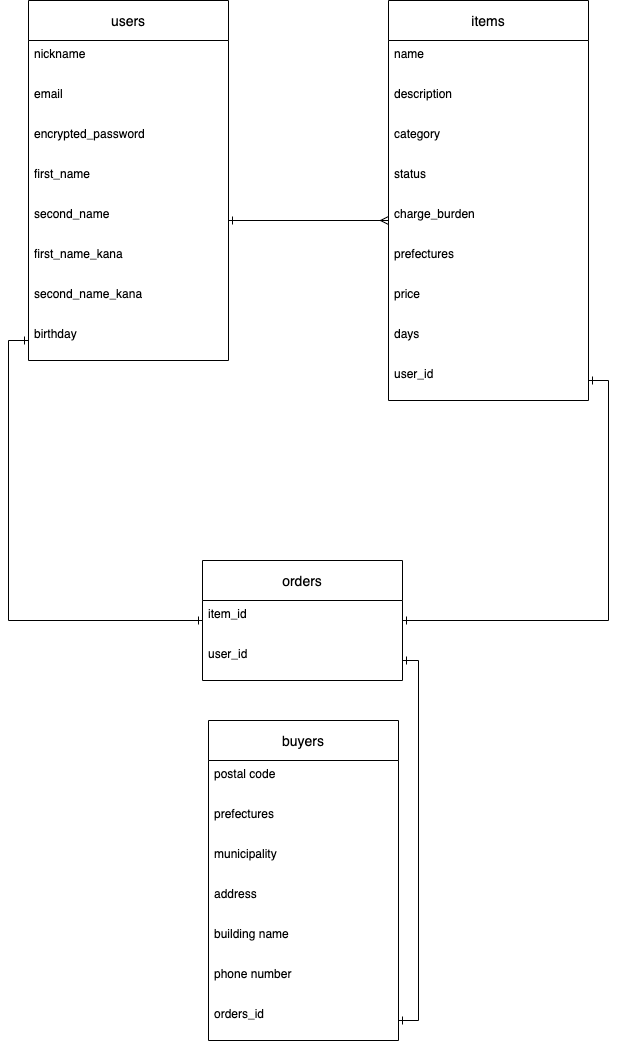
This is furima.png from takanotakuya/furima-34387, a draw.io export, as it was before one commit. Source tidied: cells renumbered, new cells last; positions are measured from the earlier drawing's top-left corner, leaving out a move shared by most shapes. Its diagram source:
```xml
<mxGraphModel>
  <root>
    <mxCell id="0" />
    <mxCell id="1" parent="0" />
    <mxCell id="2" value="items" style="swimlane;fontStyle=0;horizontal=1;startSize=40;align=center;fontSize=14;" parent="1" vertex="1">
      <mxGeometry x="360" width="200" height="400" as="geometry" />
    </mxCell>
    <mxCell id="3" value="name" style="text;strokeColor=none;fillColor=none;spacingLeft=4;spacingRight=4;overflow=hidden;fontSize=12;" parent="2" vertex="1">
      <mxGeometry y="40" width="200" height="40" as="geometry" />
    </mxCell>
    <mxCell id="4" value="description" style="text;strokeColor=none;fillColor=none;spacingLeft=4;spacingRight=4;overflow=hidden;fontSize=12;" parent="2" vertex="1">
      <mxGeometry y="80" width="200" height="40" as="geometry" />
    </mxCell>
    <mxCell id="5" value="category" style="text;strokeColor=none;fillColor=none;spacingLeft=4;spacingRight=4;overflow=hidden;fontSize=12;" parent="2" vertex="1">
      <mxGeometry y="120" width="200" height="40" as="geometry" />
    </mxCell>
    <mxCell id="6" value="status" style="text;strokeColor=none;fillColor=none;spacingLeft=4;spacingRight=4;overflow=hidden;fontSize=12;" parent="2" vertex="1">
      <mxGeometry y="160" width="200" height="40" as="geometry" />
    </mxCell>
    <mxCell id="7" value="charge_burden" style="text;strokeColor=none;fillColor=none;spacingLeft=4;spacingRight=4;overflow=hidden;points=[[0,0.5],[1,0.5]];portConstraint=eastwest;fontSize=12;" parent="2" vertex="1">
      <mxGeometry y="200" width="200" height="40" as="geometry" />
    </mxCell>
    <mxCell id="8" value="prefectures" style="text;strokeColor=none;fillColor=none;spacingLeft=4;spacingRight=4;overflow=hidden;fontSize=12;" parent="2" vertex="1">
      <mxGeometry y="240" width="200" height="40" as="geometry" />
    </mxCell>
    <mxCell id="9" value="price" style="text;strokeColor=none;fillColor=none;spacingLeft=4;spacingRight=4;overflow=hidden;fontSize=12;" parent="2" vertex="1">
      <mxGeometry y="280" width="200" height="40" as="geometry" />
    </mxCell>
    <mxCell id="10" value="days" style="text;strokeColor=none;fillColor=none;spacingLeft=4;spacingRight=4;overflow=hidden;fontSize=12;" parent="2" vertex="1">
      <mxGeometry y="320" width="200" height="40" as="geometry" />
    </mxCell>
    <mxCell id="11" value="user_id" style="text;strokeColor=none;fillColor=none;spacingLeft=4;spacingRight=4;overflow=hidden;points=[[0,0.5],[1,0.5]];portConstraint=eastwest;fontSize=12;" parent="2" vertex="1">
      <mxGeometry y="360" width="200" height="40" as="geometry" />
    </mxCell>
    <mxCell id="12" value="users" style="swimlane;fontStyle=0;horizontal=1;startSize=40;align=center;fontSize=14;" parent="1" vertex="1">
      <mxGeometry width="200" height="360" as="geometry" />
    </mxCell>
    <mxCell id="13" value="nickname" style="text;strokeColor=none;fillColor=none;spacingLeft=4;spacingRight=4;overflow=hidden;fontSize=12;" parent="12" vertex="1">
      <mxGeometry y="40" width="200" height="40" as="geometry" />
    </mxCell>
    <mxCell id="14" value="email" style="text;strokeColor=none;fillColor=none;spacingLeft=4;spacingRight=4;overflow=hidden;fontSize=12;" parent="12" vertex="1">
      <mxGeometry y="80" width="200" height="40" as="geometry" />
    </mxCell>
    <mxCell id="15" value="encrypted_password&#10;" style="text;strokeColor=none;fillColor=none;spacingLeft=4;spacingRight=4;overflow=hidden;fontSize=12;" parent="12" vertex="1">
      <mxGeometry y="120" width="200" height="40" as="geometry" />
    </mxCell>
    <mxCell id="16" value="first_name" style="text;strokeColor=none;fillColor=none;spacingLeft=4;spacingRight=4;overflow=hidden;fontSize=12;" parent="12" vertex="1">
      <mxGeometry y="160" width="200" height="40" as="geometry" />
    </mxCell>
    <mxCell id="17" value="second_name" style="text;strokeColor=none;fillColor=none;spacingLeft=4;spacingRight=4;overflow=hidden;points=[[0,0.5],[1,0.5]];portConstraint=eastwest;fontSize=12;" parent="12" vertex="1">
      <mxGeometry y="200" width="200" height="40" as="geometry" />
    </mxCell>
    <mxCell id="18" value="first_name_kana" style="text;strokeColor=none;fillColor=none;spacingLeft=4;spacingRight=4;overflow=hidden;fontSize=12;" parent="12" vertex="1">
      <mxGeometry y="240" width="200" height="40" as="geometry" />
    </mxCell>
    <mxCell id="19" value="second_name_kana" style="text;strokeColor=none;fillColor=none;spacingLeft=4;spacingRight=4;overflow=hidden;fontSize=12;" parent="12" vertex="1">
      <mxGeometry y="280" width="200" height="40" as="geometry" />
    </mxCell>
    <mxCell id="20" value="birthday" style="text;strokeColor=none;fillColor=none;spacingLeft=4;spacingRight=4;overflow=hidden;points=[[0,0.5],[1,0.5]];portConstraint=eastwest;fontSize=12;" parent="12" vertex="1">
      <mxGeometry y="320" width="200" height="40" as="geometry" />
    </mxCell>
    <mxCell id="21" value="orders" style="swimlane;fontStyle=0;horizontal=1;startSize=40;align=center;fontSize=14;" parent="1" vertex="1">
      <mxGeometry x="174" y="560" width="200" height="120" as="geometry" />
    </mxCell>
    <mxCell id="22" value="item_id" style="text;strokeColor=none;fillColor=none;spacingLeft=4;spacingRight=4;overflow=hidden;points=[[0,0.5],[1,0.5]];portConstraint=eastwest;fontSize=12;" parent="21" vertex="1">
      <mxGeometry y="40" width="200" height="40" as="geometry" />
    </mxCell>
    <mxCell id="23" value="user_id" style="text;strokeColor=none;fillColor=none;spacingLeft=4;spacingRight=4;overflow=hidden;points=[[0,0.5],[1,0.5]];portConstraint=eastwest;fontSize=12;" parent="21" vertex="1">
      <mxGeometry y="80" width="200" height="40" as="geometry" />
    </mxCell>
    <mxCell id="24" style="edgeStyle=orthogonalEdgeStyle;rounded=0;jettySize=auto;html=1;entryX=1;entryY=0.5;entryDx=0;entryDy=0;endArrow=ERone;endFill=0;startArrow=ERmany;startFill=0;exitX=0;exitY=0.5;exitDx=0;exitDy=0;" parent="1" edge="1" source="7" target="17">
      <mxGeometry relative="1" as="geometry" />
    </mxCell>
    <mxCell id="25" value="buyers" style="swimlane;fontStyle=0;horizontal=1;startSize=40;align=center;fontSize=14;" parent="1" vertex="1">
      <mxGeometry x="180" y="720" width="190" height="320" as="geometry" />
    </mxCell>
    <mxCell id="26" value="postal code" style="text;strokeColor=none;fillColor=none;spacingLeft=4;spacingRight=4;overflow=hidden;fontSize=12;" parent="25" vertex="1">
      <mxGeometry y="40" width="190" height="40" as="geometry" />
    </mxCell>
    <mxCell id="27" value="prefectures" style="text;strokeColor=none;fillColor=none;spacingLeft=4;spacingRight=4;overflow=hidden;fontSize=12;" parent="25" vertex="1">
      <mxGeometry y="80" width="190" height="40" as="geometry" />
    </mxCell>
    <mxCell id="28" value="municipality" style="text;strokeColor=none;fillColor=none;spacingLeft=4;spacingRight=4;overflow=hidden;fontSize=12;" parent="25" vertex="1">
      <mxGeometry y="120" width="190" height="40" as="geometry" />
    </mxCell>
    <mxCell id="29" value="address" style="text;strokeColor=none;fillColor=none;spacingLeft=4;spacingRight=4;overflow=hidden;fontSize=12;" parent="25" vertex="1">
      <mxGeometry y="160" width="190" height="40" as="geometry" />
    </mxCell>
    <mxCell id="30" value="building name" style="text;strokeColor=none;fillColor=none;spacingLeft=4;spacingRight=4;overflow=hidden;fontSize=12;" parent="25" vertex="1">
      <mxGeometry y="200" width="190" height="40" as="geometry" />
    </mxCell>
    <mxCell id="31" value="phone number" style="text;strokeColor=none;fillColor=none;spacingLeft=4;spacingRight=4;overflow=hidden;fontSize=12;" parent="25" vertex="1">
      <mxGeometry y="240" width="190" height="40" as="geometry" />
    </mxCell>
    <mxCell id="32" value="orders_id" style="text;strokeColor=none;fillColor=none;spacingLeft=4;spacingRight=4;overflow=hidden;points=[[0,0.5],[1,0.5]];portConstraint=eastwest;fontSize=12;" parent="25" vertex="1">
      <mxGeometry y="280" width="190" height="40" as="geometry" />
    </mxCell>
    <mxCell id="33" style="edgeStyle=orthogonalEdgeStyle;rounded=0;jettySize=auto;html=1;exitX=1;exitY=0.5;exitDx=0;exitDy=0;entryX=1;entryY=0.5;entryDx=0;entryDy=0;startArrow=ERone;startFill=0;endArrow=ERone;endFill=0;" parent="1" edge="1" source="11" target="22">
      <mxGeometry relative="1" as="geometry" />
    </mxCell>
    <mxCell id="34" style="edgeStyle=orthogonalEdgeStyle;rounded=0;jettySize=auto;html=1;exitX=0;exitY=0.5;exitDx=0;exitDy=0;entryX=0;entryY=0.5;entryDx=0;entryDy=0;startArrow=ERone;startFill=0;endArrow=ERone;endFill=0;" parent="1" edge="1" source="20" target="22">
      <mxGeometry relative="1" as="geometry" />
    </mxCell>
    <mxCell id="35" style="edgeStyle=orthogonalEdgeStyle;rounded=0;jettySize=auto;html=1;exitX=1;exitY=0.5;exitDx=0;exitDy=0;entryX=1;entryY=0.5;entryDx=0;entryDy=0;startArrow=ERone;startFill=0;endArrow=ERone;endFill=0;" parent="1" edge="1" source="32" target="23">
      <mxGeometry relative="1" as="geometry" />
    </mxCell>
  </root>
</mxGraphModel>
```
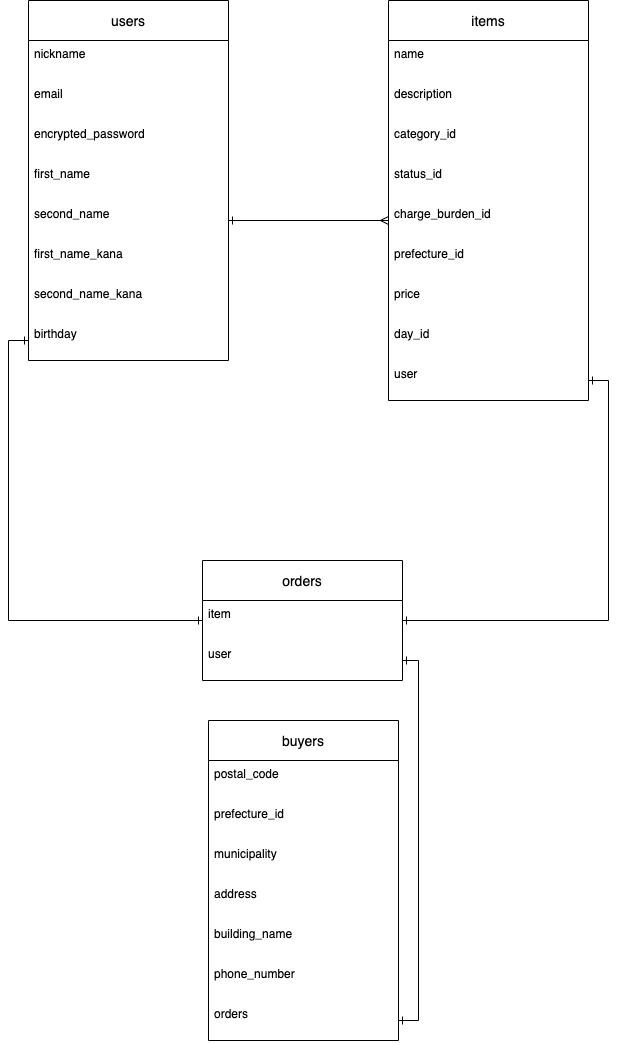
Above is the later version.

Commit message:
ER図、READMEの作成　修正３

Diff of the diagram source:
```diff
@@ -11,25 +11,25 @@
     <mxCell id="4" value="description" style="text;strokeColor=none;fillColor=none;spacingLeft=4;spacingRight=4;overflow=hidden;fontSize=12;" parent="2" vertex="1">
       <mxGeometry y="80" width="200" height="40" as="geometry" />
     </mxCell>
-    <mxCell id="5" value="category" style="text;strokeColor=none;fillColor=none;spacingLeft=4;spacingRight=4;overflow=hidden;fontSize=12;" parent="2" vertex="1">
+    <mxCell id="5" value="category_id" style="text;strokeColor=none;fillColor=none;spacingLeft=4;spacingRight=4;overflow=hidden;fontSize=12;" parent="2" vertex="1">
       <mxGeometry y="120" width="200" height="40" as="geometry" />
     </mxCell>
-    <mxCell id="6" value="status" style="text;strokeColor=none;fillColor=none;spacingLeft=4;spacingRight=4;overflow=hidden;fontSize=12;" parent="2" vertex="1">
+    <mxCell id="6" value="status_id" style="text;strokeColor=none;fillColor=none;spacingLeft=4;spacingRight=4;overflow=hidden;fontSize=12;" parent="2" vertex="1">
       <mxGeometry y="160" width="200" height="40" as="geometry" />
     </mxCell>
-    <mxCell id="7" value="charge_burden" style="text;strokeColor=none;fillColor=none;spacingLeft=4;spacingRight=4;overflow=hidden;points=[[0,0.5],[1,0.5]];portConstraint=eastwest;fontSize=12;" parent="2" vertex="1">
+    <mxCell id="7" value="charge_burden_id" style="text;strokeColor=none;fillColor=none;spacingLeft=4;spacingRight=4;overflow=hidden;points=[[0,0.5],[1,0.5]];portConstraint=eastwest;fontSize=12;" parent="2" vertex="1">
       <mxGeometry y="200" width="200" height="40" as="geometry" />
     </mxCell>
-    <mxCell id="8" value="prefectures" style="text;strokeColor=none;fillColor=none;spacingLeft=4;spacingRight=4;overflow=hidden;fontSize=12;" parent="2" vertex="1">
+    <mxCell id="8" value="prefecture_id" style="text;strokeColor=none;fillColor=none;spacingLeft=4;spacingRight=4;overflow=hidden;fontSize=12;" parent="2" vertex="1">
       <mxGeometry y="240" width="200" height="40" as="geometry" />
     </mxCell>
     <mxCell id="9" value="price" style="text;strokeColor=none;fillColor=none;spacingLeft=4;spacingRight=4;overflow=hidden;fontSize=12;" parent="2" vertex="1">
       <mxGeometry y="280" width="200" height="40" as="geometry" />
     </mxCell>
-    <mxCell id="10" value="days" style="text;strokeColor=none;fillColor=none;spacingLeft=4;spacingRight=4;overflow=hidden;fontSize=12;" parent="2" vertex="1">
+    <mxCell id="10" value="day_id" style="text;strokeColor=none;fillColor=none;spacingLeft=4;spacingRight=4;overflow=hidden;fontSize=12;" parent="2" vertex="1">
       <mxGeometry y="320" width="200" height="40" as="geometry" />
     </mxCell>
-    <mxCell id="11" value="user_id" style="text;strokeColor=none;fillColor=none;spacingLeft=4;spacingRight=4;overflow=hidden;points=[[0,0.5],[1,0.5]];portConstraint=eastwest;fontSize=12;" parent="2" vertex="1">
+    <mxCell id="11" value="user" style="text;strokeColor=none;fillColor=none;spacingLeft=4;spacingRight=4;overflow=hidden;points=[[0,0.5],[1,0.5]];portConstraint=eastwest;fontSize=12;" parent="2" vertex="1">
       <mxGeometry y="360" width="200" height="40" as="geometry" />
     </mxCell>
     <mxCell id="12" value="users" style="swimlane;fontStyle=0;horizontal=1;startSize=40;align=center;fontSize=14;" parent="1" vertex="1">
@@ -62,10 +62,10 @@
     <mxCell id="21" value="orders" style="swimlane;fontStyle=0;horizontal=1;startSize=40;align=center;fontSize=14;" parent="1" vertex="1">
       <mxGeometry x="174" y="560" width="200" height="120" as="geometry" />
     </mxCell>
-    <mxCell id="22" value="item_id" style="text;strokeColor=none;fillColor=none;spacingLeft=4;spacingRight=4;overflow=hidden;points=[[0,0.5],[1,0.5]];portConstraint=eastwest;fontSize=12;" parent="21" vertex="1">
+    <mxCell id="22" value="item" style="text;strokeColor=none;fillColor=none;spacingLeft=4;spacingRight=4;overflow=hidden;points=[[0,0.5],[1,0.5]];portConstraint=eastwest;fontSize=12;" parent="21" vertex="1">
       <mxGeometry y="40" width="200" height="40" as="geometry" />
     </mxCell>
-    <mxCell id="23" value="user_id" style="text;strokeColor=none;fillColor=none;spacingLeft=4;spacingRight=4;overflow=hidden;points=[[0,0.5],[1,0.5]];portConstraint=eastwest;fontSize=12;" parent="21" vertex="1">
+    <mxCell id="23" value="user" style="text;strokeColor=none;fillColor=none;spacingLeft=4;spacingRight=4;overflow=hidden;points=[[0,0.5],[1,0.5]];portConstraint=eastwest;fontSize=12;" parent="21" vertex="1">
       <mxGeometry y="80" width="200" height="40" as="geometry" />
     </mxCell>
     <mxCell id="24" style="edgeStyle=orthogonalEdgeStyle;rounded=0;jettySize=auto;html=1;entryX=1;entryY=0.5;entryDx=0;entryDy=0;endArrow=ERone;endFill=0;startArrow=ERmany;startFill=0;exitX=0;exitY=0.5;exitDx=0;exitDy=0;" parent="1" edge="1" source="7" target="17">
@@ -74,10 +74,10 @@
     <mxCell id="25" value="buyers" style="swimlane;fontStyle=0;horizontal=1;startSize=40;align=center;fontSize=14;" parent="1" vertex="1">
       <mxGeometry x="180" y="720" width="190" height="320" as="geometry" />
     </mxCell>
-    <mxCell id="26" value="postal code" style="text;strokeColor=none;fillColor=none;spacingLeft=4;spacingRight=4;overflow=hidden;fontSize=12;" parent="25" vertex="1">
+    <mxCell id="26" value="postal_code" style="text;strokeColor=none;fillColor=none;spacingLeft=4;spacingRight=4;overflow=hidden;fontSize=12;" parent="25" vertex="1">
       <mxGeometry y="40" width="190" height="40" as="geometry" />
     </mxCell>
-    <mxCell id="27" value="prefectures" style="text;strokeColor=none;fillColor=none;spacingLeft=4;spacingRight=4;overflow=hidden;fontSize=12;" parent="25" vertex="1">
+    <mxCell id="27" value="prefecture_id" style="text;strokeColor=none;fillColor=none;spacingLeft=4;spacingRight=4;overflow=hidden;fontSize=12;" parent="25" vertex="1">
       <mxGeometry y="80" width="190" height="40" as="geometry" />
     </mxCell>
     <mxCell id="28" value="municipality" style="text;strokeColor=none;fillColor=none;spacingLeft=4;spacingRight=4;overflow=hidden;fontSize=12;" parent="25" vertex="1">
@@ -86,13 +86,13 @@
     <mxCell id="29" value="address" style="text;strokeColor=none;fillColor=none;spacingLeft=4;spacingRight=4;overflow=hidden;fontSize=12;" parent="25" vertex="1">
       <mxGeometry y="160" width="190" height="40" as="geometry" />
     </mxCell>
-    <mxCell id="30" value="building name" style="text;strokeColor=none;fillColor=none;spacingLeft=4;spacingRight=4;overflow=hidden;fontSize=12;" parent="25" vertex="1">
+    <mxCell id="30" value="building_name" style="text;strokeColor=none;fillColor=none;spacingLeft=4;spacingRight=4;overflow=hidden;fontSize=12;" parent="25" vertex="1">
       <mxGeometry y="200" width="190" height="40" as="geometry" />
     </mxCell>
-    <mxCell id="31" value="phone number" style="text;strokeColor=none;fillColor=none;spacingLeft=4;spacingRight=4;overflow=hidden;fontSize=12;" parent="25" vertex="1">
+    <mxCell id="31" value="phone_number" style="text;strokeColor=none;fillColor=none;spacingLeft=4;spacingRight=4;overflow=hidden;fontSize=12;" parent="25" vertex="1">
       <mxGeometry y="240" width="190" height="40" as="geometry" />
     </mxCell>
-    <mxCell id="32" value="orders_id" style="text;strokeColor=none;fillColor=none;spacingLeft=4;spacingRight=4;overflow=hidden;points=[[0,0.5],[1,0.5]];portConstraint=eastwest;fontSize=12;" parent="25" vertex="1">
+    <mxCell id="32" value="orders" style="text;strokeColor=none;fillColor=none;spacingLeft=4;spacingRight=4;overflow=hidden;points=[[0,0.5],[1,0.5]];portConstraint=eastwest;fontSize=12;" parent="25" vertex="1">
       <mxGeometry y="280" width="190" height="40" as="geometry" />
     </mxCell>
     <mxCell id="33" style="edgeStyle=orthogonalEdgeStyle;rounded=0;jettySize=auto;html=1;exitX=1;exitY=0.5;exitDx=0;exitDy=0;entryX=1;entryY=0.5;entryDx=0;entryDy=0;startArrow=ERone;startFill=0;endArrow=ERone;endFill=0;" parent="1" edge="1" source="11" target="22">
```
